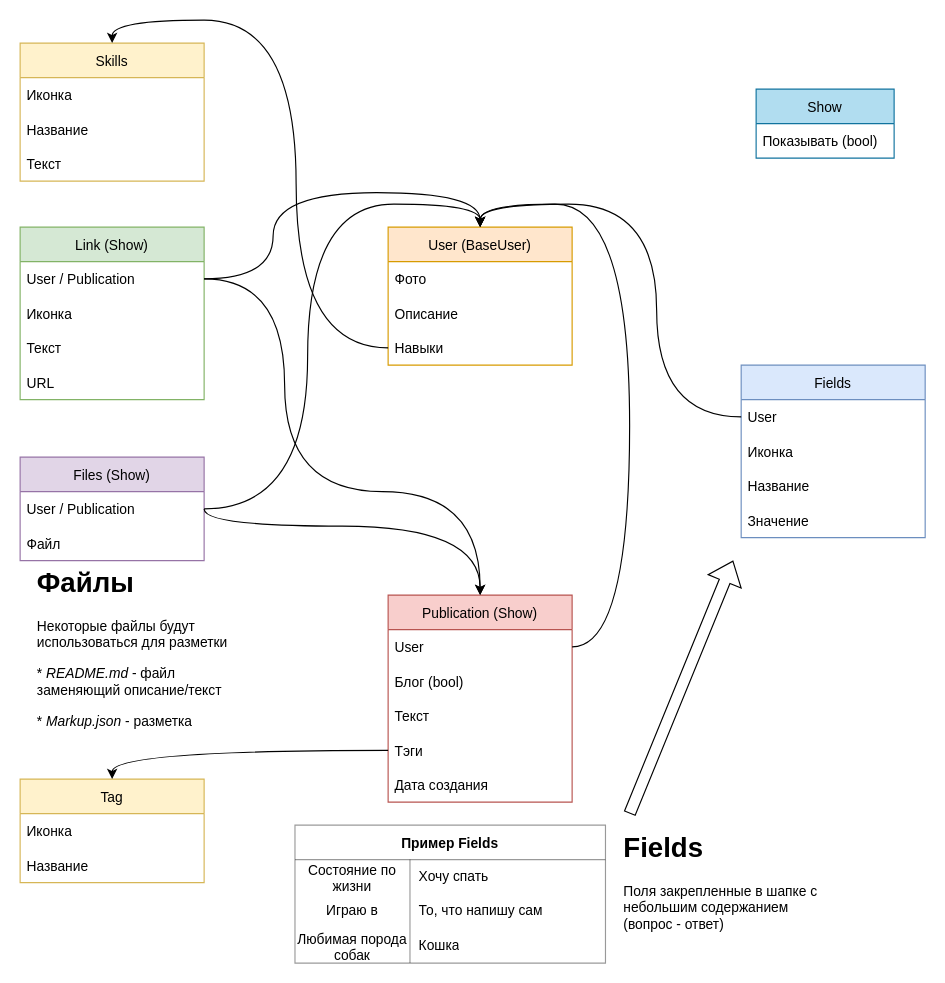
This is db.drawio from YandexLyceumPP/Resume, a draw.io file, before an edit. Source tidied: cells renumbered, new cells numbered last; positions are measured from the earlier drawing's top-left corner, leaving out a move shared by most shapes. Both pictures are drawn from the tidied source at 115%, with x=0, y=0 at pixel (20, 43).
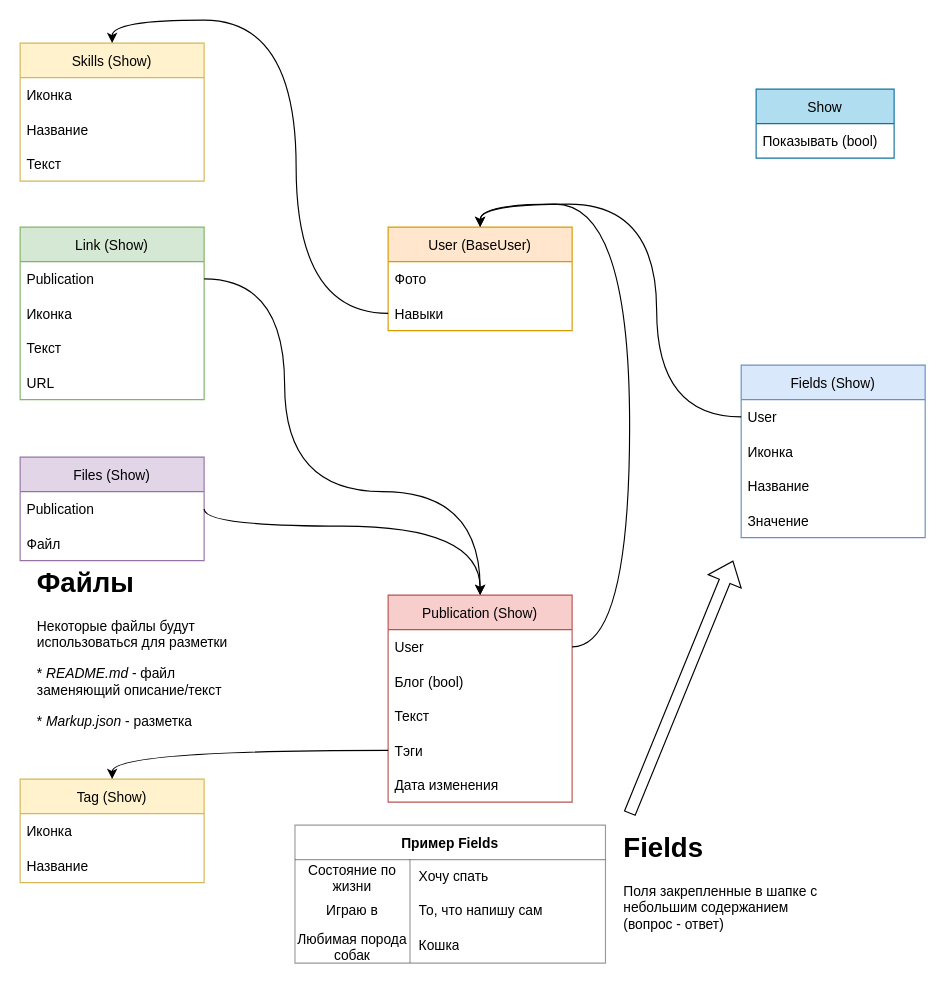
Above is the later version.

The change refers to these unchanged cells:
```xml
<mxCell id="6" value="Files (Show)" style="swimlane;fontStyle=0;horizontal=1;startSize=30;fillColor=#e1d5e7;strokeColor=#9673a6;" parent="1" vertex="1">
  <mxGeometry y="360" width="160" height="90" as="geometry" />
</mxCell>
<mxCell id="9" value="Publication (Show)" style="swimlane;fontStyle=0;horizontal=1;startSize=30;fillColor=#f8cecc;strokeColor=#b85450;" parent="1" vertex="1">
  <mxGeometry x="320" y="480" width="160" height="180" as="geometry" />
</mxCell>
<mxCell id="15" value="Link (Show)" style="swimlane;fontStyle=0;horizontal=1;startSize=30;fillColor=#d5e8d4;strokeColor=#82b366;" parent="1" vertex="1">
  <mxGeometry y="160" width="160" height="150" as="geometry" />
</mxCell>
```

Diff of the diagram source:
```diff
@@
     <mxCell id="2" value="User (BaseUser)" style="swimlane;fontStyle=0;horizontal=1;startSize=30;fillColor=#ffe6cc;strokeColor=#d79b00;" parent="1" vertex="1">
-      <mxGeometry x="320" y="160" width="160" height="120" as="geometry" />
+      <mxGeometry x="320" y="160" width="160" height="90" as="geometry" />
     </mxCell>
@@
-    <mxCell id="4" value="Описание" style="text;strokeColor=none;fillColor=none;align=left;verticalAlign=middle;spacingLeft=4;spacingRight=4;overflow=hidden;" parent="2" vertex="1">
-      <mxGeometry y="60" width="160" height="30" as="geometry" />
-    </mxCell>
     <mxCell id="5" value="Навыки" style="text;strokeColor=none;fillColor=none;align=left;verticalAlign=middle;spacingLeft=4;spacingRight=4;overflow=hidden;points=[[0,0.5],[1,0.5]];portConstraint=eastwest;" parent="2" vertex="1">
-      <mxGeometry y="90" width="160" height="30" as="geometry" />
+      <mxGeometry y="60" width="160" height="30" as="geometry" />
     </mxCell>
@@
-    <mxCell id="7" value="User / Publication" style="text;strokeColor=none;fillColor=none;align=left;verticalAlign=middle;spacingLeft=4;spacingRight=4;overflow=hidden;points=[[0,0.5],[1,0.5]];portConstraint=eastwest;" parent="6" vertex="1">
+    <mxCell id="7" value="Publication" style="text;strokeColor=none;fillColor=none;align=left;verticalAlign=middle;spacingLeft=4;spacingRight=4;overflow=hidden;points=[[0,0.5],[1,0.5]];portConstraint=eastwest;" parent="6" vertex="1">
       <mxGeometry y="30" width="160" height="30" as="geometry" />
     </mxCell>
@@
-    <mxCell id="14" value="Дата создания" style="text;strokeColor=none;fillColor=none;align=left;verticalAlign=middle;spacingLeft=4;spacingRight=4;overflow=hidden;" parent="9" vertex="1">
+    <mxCell id="14" value="Дата изменения" style="text;strokeColor=none;fillColor=none;align=left;verticalAlign=middle;spacingLeft=4;spacingRight=4;overflow=hidden;" parent="9" vertex="1">
       <mxGeometry y="150" width="160" height="30" as="geometry" />
     </mxCell>
@@
-    <mxCell id="16" value="User / Publication" style="text;strokeColor=none;fillColor=none;align=left;verticalAlign=middle;spacingLeft=4;spacingRight=4;overflow=hidden;points=[[0,0.5],[1,0.5]];portConstraint=eastwest;" parent="15" vertex="1">
+    <mxCell id="16" value="Publication" style="text;strokeColor=none;fillColor=none;align=left;verticalAlign=middle;spacingLeft=4;spacingRight=4;overflow=hidden;points=[[0,0.5],[1,0.5]];portConstraint=eastwest;" parent="15" vertex="1">
       <mxGeometry y="30" width="160" height="30" as="geometry" />
     </mxCell>
@@
-    <mxCell id="25" style="edgeStyle=orthogonalEdgeStyle;rounded=0;jettySize=auto;html=1;exitX=1;exitY=0.5;exitDx=0;exitDy=0;entryX=0.5;entryY=0;entryDx=0;entryDy=0;fontFamily=Helvetica;fontSize=12;curved=1;" parent="1" edge="1" source="16" target="2">
-      <mxGeometry relative="1" as="geometry">
-        <Array as="points">
-          <mxPoint x="220" y="205" />
-          <mxPoint x="220" y="130" />
-          <mxPoint x="400" y="130" />
-        </Array>
-      </mxGeometry>
-    </mxCell>
-    <mxCell id="26" style="edgeStyle=orthogonalEdgeStyle;rounded=0;jettySize=auto;html=1;exitX=1;exitY=0.5;exitDx=0;exitDy=0;entryX=0.5;entryY=0;entryDx=0;entryDy=0;fontFamily=Helvetica;fontSize=12;curved=1;" parent="1" edge="1" source="7" target="2">
-      <mxGeometry relative="1" as="geometry">
-        <Array as="points">
-          <mxPoint x="250" y="405" />
-          <mxPoint x="250" y="140" />
-          <mxPoint x="400" y="140" />
-        </Array>
-      </mxGeometry>
-    </mxCell>
@@
-    <mxCell id="28" value="Fields" style="swimlane;fontStyle=0;horizontal=1;startSize=30;fillColor=#dae8fc;strokeColor=#6c8ebf;" parent="1" vertex="1">
+    <mxCell id="28" value="Fields (Show)" style="swimlane;fontStyle=0;horizontal=1;startSize=30;fillColor=#dae8fc;strokeColor=#6c8ebf;" parent="1" vertex="1">
       <mxGeometry x="627" y="280" width="160" height="150" as="geometry" />
     </mxCell>
@@
-    <mxCell id="46" value="Skills" style="swimlane;fontStyle=0;horizontal=1;startSize=30;fillColor=#fff2cc;strokeColor=#d6b656;" parent="1" vertex="1">
+    <mxCell id="46" value="Skills (Show)" style="swimlane;fontStyle=0;horizontal=1;startSize=30;fillColor=#fff2cc;strokeColor=#d6b656;" parent="1" vertex="1">
       <mxGeometry width="160" height="120" as="geometry" />
     </mxCell>
@@
-    <mxCell id="51" value="Tag" style="swimlane;fontStyle=0;horizontal=1;startSize=30;fillColor=#fff2cc;strokeColor=#d6b656;" parent="1" vertex="1">
+    <mxCell id="51" value="Tag (Show)" style="swimlane;fontStyle=0;horizontal=1;startSize=30;fillColor=#fff2cc;strokeColor=#d6b656;" parent="1" vertex="1">
       <mxGeometry y="640" width="160" height="90" as="geometry" />
     </mxCell>
```
